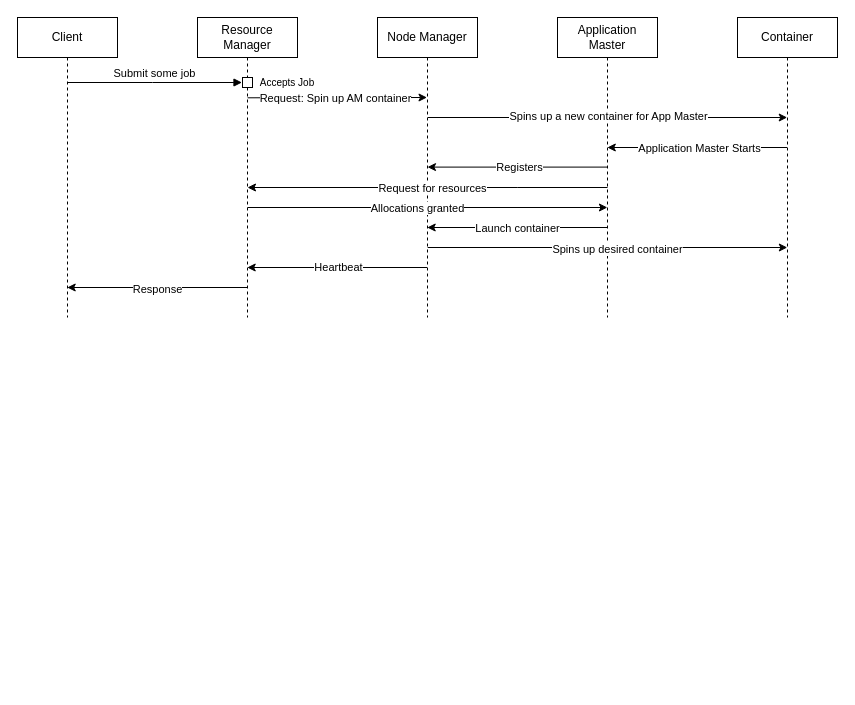
Above: YARNHighSequence.drawio in Amir-kar/EECS4314-GroupD (draw.io), before the change. Source tidied: cells renumbered, new cells numbered last; positions are measured from the earlier drawing's top-left corner, leaving out a move shared by most shapes. Both pictures are drawn from the tidied source at 100%, with x=0, y=0 at pixel (17, 17).
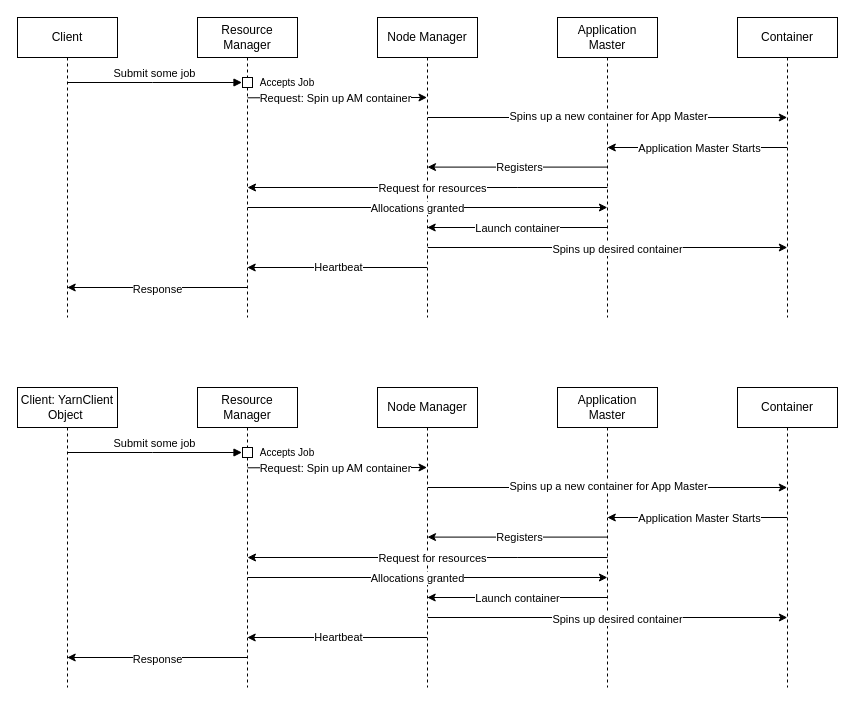
Above is the later version.

Change to the diagram source:
```diff
@@
+    <mxCell id="30" value="Client: YarnClient Object&amp;nbsp;" style="shape=umlLifeline;perimeter=lifelinePerimeter;whiteSpace=wrap;html=1;newEdgeStyle={&quot;edgeStyle&quot;:&quot;elbowEdgeStyle&quot;,&quot;elbow&quot;:&quot;vertical&quot;,&quot;curved&quot;:0,&quot;rounded&quot;:0};" parent="1" vertex="1">
+      <mxGeometry y="370" width="100" height="300" as="geometry" />
+    </mxCell>
+    <mxCell id="31" style="edgeStyle=elbowEdgeStyle;rounded=0;orthogonalLoop=1;jettySize=auto;html=1;elbow=vertical;curved=0;" parent="1" edge="1">
+      <mxGeometry relative="1" as="geometry">
+        <mxPoint x="230.1" y="450.3" as="sourcePoint" />
+        <mxPoint x="409.5" y="450.3" as="targetPoint" />
+      </mxGeometry>
+    </mxCell>
+    <mxCell id="32" value="Request: Spin up AM container" style="edgeLabel;html=1;align=center;verticalAlign=middle;" parent="31" vertex="1">
+      <mxGeometry x="-0.02" y="3" relative="1" as="geometry">
+        <mxPoint y="3" as="offset" />
+      </mxGeometry>
+    </mxCell>
+    <mxCell id="33" value="Resource Manager" style="shape=umlLifeline;perimeter=lifelinePerimeter;whiteSpace=wrap;html=1;newEdgeStyle={&quot;edgeStyle&quot;:&quot;elbowEdgeStyle&quot;,&quot;elbow&quot;:&quot;vertical&quot;,&quot;curved&quot;:0,&quot;rounded&quot;:0};" parent="1" vertex="1">
+      <mxGeometry x="180" y="370" width="100" height="300" as="geometry" />
+    </mxCell>
+    <mxCell id="34" style="html=1;perimeter=orthogonalPerimeter;targetShapes=umlLifeline;newEdgeStyle={&quot;edgeStyle&quot;:&quot;elbowEdgeStyle&quot;,&quot;elbow&quot;:&quot;vertical&quot;,&quot;curved&quot;:0,&quot;rounded&quot;:0};" parent="33" vertex="1">
+      <mxGeometry x="45" y="60" width="10" height="10" as="geometry" />
+    </mxCell>
+    <mxCell id="35" value="Node Manager" style="shape=umlLifeline;perimeter=lifelinePerimeter;whiteSpace=wrap;html=1;newEdgeStyle={&quot;edgeStyle&quot;:&quot;elbowEdgeStyle&quot;,&quot;elbow&quot;:&quot;vertical&quot;,&quot;curved&quot;:0,&quot;rounded&quot;:0};" parent="1" vertex="1">
+      <mxGeometry x="360" y="370" width="100" height="300" as="geometry" />
+    </mxCell>
+    <mxCell id="36" value="Application Master" style="shape=umlLifeline;perimeter=lifelinePerimeter;whiteSpace=wrap;html=1;newEdgeStyle={&quot;edgeStyle&quot;:&quot;elbowEdgeStyle&quot;,&quot;elbow&quot;:&quot;vertical&quot;,&quot;curved&quot;:0,&quot;rounded&quot;:0};" parent="1" vertex="1">
+      <mxGeometry x="540" y="370" width="100" height="300" as="geometry" />
+    </mxCell>
+    <mxCell id="37" value="Container" style="shape=umlLifeline;perimeter=lifelinePerimeter;whiteSpace=wrap;html=1;newEdgeStyle={&quot;edgeStyle&quot;:&quot;elbowEdgeStyle&quot;,&quot;elbow&quot;:&quot;vertical&quot;,&quot;curved&quot;:0,&quot;rounded&quot;:0};" parent="1" vertex="1">
+      <mxGeometry x="720" y="370" width="100" height="300" as="geometry" />
+    </mxCell>
+    <mxCell id="38" style="edgeStyle=elbowEdgeStyle;rounded=0;orthogonalLoop=1;jettySize=auto;html=1;elbow=vertical;curved=0;" parent="1" edge="1">
+      <mxGeometry relative="1" as="geometry">
+        <mxPoint x="410.3" y="470" as="sourcePoint" />
+        <mxPoint x="769.7" y="470" as="targetPoint" />
+      </mxGeometry>
+    </mxCell>
+    <mxCell id="39" value="Spins up a new container for App Master" style="edgeLabel;html=1;align=center;verticalAlign=middle;" parent="38" vertex="1">
+      <mxGeometry x="-0.12" y="2" relative="1" as="geometry">
+        <mxPoint x="22" as="offset" />
+      </mxGeometry>
+    </mxCell>
+    <mxCell id="40" value="Submit some job" style="html=1;verticalAlign=bottom;endArrow=block;edgeStyle=elbowEdgeStyle;elbow=vertical;curved=0;rounded=0;" parent="1" edge="1">
+      <mxGeometry relative="1" as="geometry">
+        <mxPoint x="50" y="435" as="sourcePoint" />
+        <mxPoint x="224.5" y="435" as="targetPoint" />
+        <Array as="points">
+          <mxPoint x="135" y="435" />
+        </Array>
+      </mxGeometry>
+    </mxCell>
+    <mxCell id="41" value="&lt;font style=&quot;font-size: 10px;&quot;&gt;Accepts Job&lt;/font&gt;" style="text;html=1;align=center;verticalAlign=middle;whiteSpace=wrap;rounded=0;" parent="1" vertex="1">
+      <mxGeometry x="240" y="420" width="60" height="30" as="geometry" />
+    </mxCell>
+    <mxCell id="42" style="endArrow=classic;html=1;rounded=0;" parent="1" edge="1">
+      <mxGeometry relative="1" as="geometry">
+        <mxPoint x="769.5" y="500" as="sourcePoint" />
+        <mxPoint x="589.8" y="500" as="targetPoint" />
+      </mxGeometry>
+    </mxCell>
+    <mxCell id="43" value="Application Master Starts" style="edgeLabel;html=1;align=center;verticalAlign=middle;" parent="42" vertex="1">
+      <mxGeometry x="-0.02" relative="1" as="geometry" />
+    </mxCell>
+    <mxCell id="44" style="endArrow=classic;html=1;rounded=0;" parent="1" edge="1">
+      <mxGeometry relative="1" as="geometry">
+        <mxPoint x="590" y="540" as="sourcePoint" />
+        <mxPoint x="230" y="540" as="targetPoint" />
+        <Array as="points">
+          <mxPoint x="500.3" y="540" />
+        </Array>
+      </mxGeometry>
+    </mxCell>
+    <mxCell id="45" value="Request for resources" style="edgeLabel;html=1;align=center;verticalAlign=middle;" parent="44" vertex="1">
+      <mxGeometry x="-0.02" relative="1" as="geometry" />
+    </mxCell>
+    <mxCell id="46" style="endArrow=classic;html=1;rounded=0;" parent="1" edge="1">
+      <mxGeometry relative="1" as="geometry">
+        <mxPoint x="589.7" y="519.6" as="sourcePoint" />
+        <mxPoint x="410" y="519.6" as="targetPoint" />
+      </mxGeometry>
+    </mxCell>
+    <mxCell id="47" value="Registers" style="edgeLabel;html=1;align=center;verticalAlign=middle;" parent="46" vertex="1">
+      <mxGeometry x="-0.02" relative="1" as="geometry" />
+    </mxCell>
+    <mxCell id="48" style="endArrow=classic;html=1;rounded=0;" parent="1" edge="1">
+      <mxGeometry relative="1" as="geometry">
+        <mxPoint x="230.1" y="560" as="sourcePoint" />
+        <mxPoint x="589.9" y="560" as="targetPoint" />
+      </mxGeometry>
+    </mxCell>
+    <mxCell id="49" value="Allocations granted" style="edgeLabel;html=1;align=center;verticalAlign=middle;" parent="48" vertex="1">
+      <mxGeometry x="-0.12" y="-3" relative="1" as="geometry">
+        <mxPoint x="11" y="-3" as="offset" />
+      </mxGeometry>
+    </mxCell>
+    <mxCell id="50" style="endArrow=classic;html=1;rounded=0;" parent="1" edge="1">
+      <mxGeometry relative="1" as="geometry">
+        <mxPoint x="410.2" y="600" as="sourcePoint" />
+        <mxPoint x="769.8" y="600" as="targetPoint" />
+      </mxGeometry>
+    </mxCell>
+    <mxCell id="51" value="Spins up desired container" style="edgeLabel;html=1;align=center;verticalAlign=middle;" parent="50" vertex="1">
+      <mxGeometry x="-0.08" y="-1" relative="1" as="geometry">
+        <mxPoint x="24" as="offset" />
+      </mxGeometry>
+    </mxCell>
+    <mxCell id="52" style="endArrow=classic;html=1;rounded=0;" parent="1" edge="1">
+      <mxGeometry relative="1" as="geometry">
+        <mxPoint x="589.5" y="580" as="sourcePoint" />
+        <mxPoint x="409.7" y="580" as="targetPoint" />
+      </mxGeometry>
+    </mxCell>
+    <mxCell id="53" value="Launch container" style="edgeLabel;html=1;align=center;verticalAlign=middle;" parent="52" vertex="1">
+      <mxGeometry relative="1" as="geometry" />
+    </mxCell>
+    <mxCell id="54" style="endArrow=classic;html=1;rounded=0;" parent="1" edge="1">
+      <mxGeometry relative="1" as="geometry">
+        <mxPoint x="409.5" y="620" as="sourcePoint" />
+        <mxPoint x="229.7" y="620" as="targetPoint" />
+      </mxGeometry>
+    </mxCell>
+    <mxCell id="55" value="Heartbeat" style="edgeLabel;html=1;align=center;verticalAlign=middle;" parent="54" vertex="1">
+      <mxGeometry x="-0.01" y="-1" relative="1" as="geometry" />
+    </mxCell>
+    <mxCell id="56" style="endArrow=classic;html=1;rounded=0;" parent="1" edge="1">
+      <mxGeometry relative="1" as="geometry">
+        <mxPoint x="229.5" y="640" as="sourcePoint" />
+        <mxPoint x="49.7" y="640" as="targetPoint" />
+      </mxGeometry>
+    </mxCell>
+    <mxCell id="57" value="Response" style="edgeLabel;html=1;align=center;verticalAlign=middle;" parent="56" vertex="1">
+      <mxGeometry x="-0.08" y="1" relative="1" as="geometry">
+        <mxPoint x="-7" as="offset" />
+      </mxGeometry>
+    </mxCell>
```
